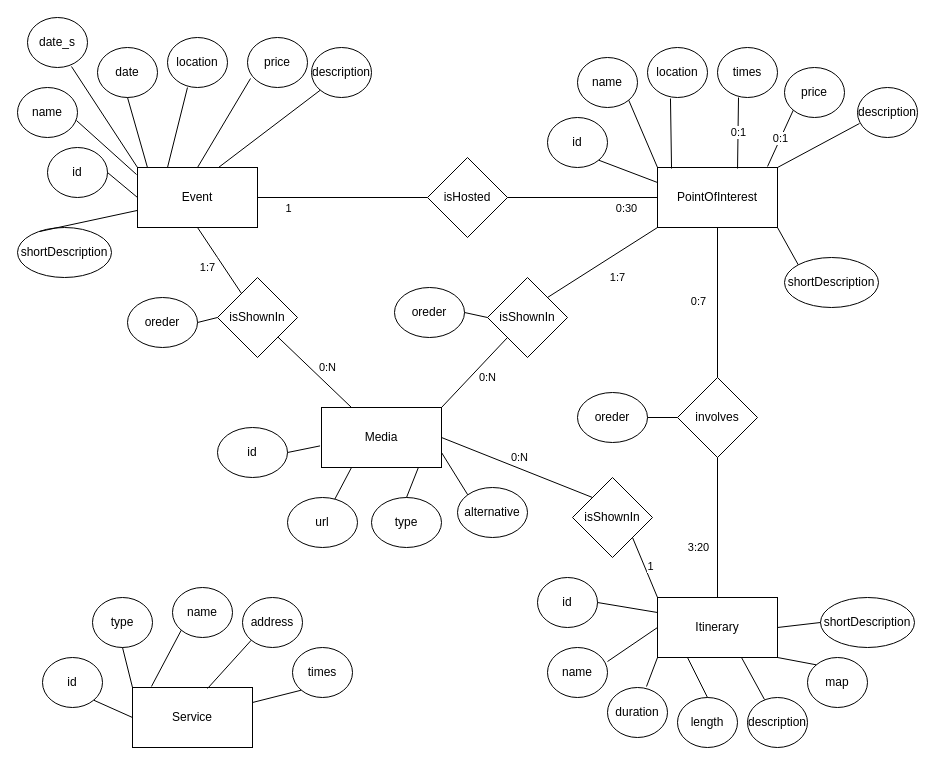
Before: Design-part/drawio/ERHYPDesign.drawio in SebastianCastellano/Hypermedia-Project, a draw.io diagram. Source tidied: cells renumbered, new cells numbered last; positions are measured from the earlier drawing's top-left corner, leaving out a move shared by most shapes. Both pictures are drawn from the tidied source at 100%, with x=0, y=0 at pixel (17, 17).
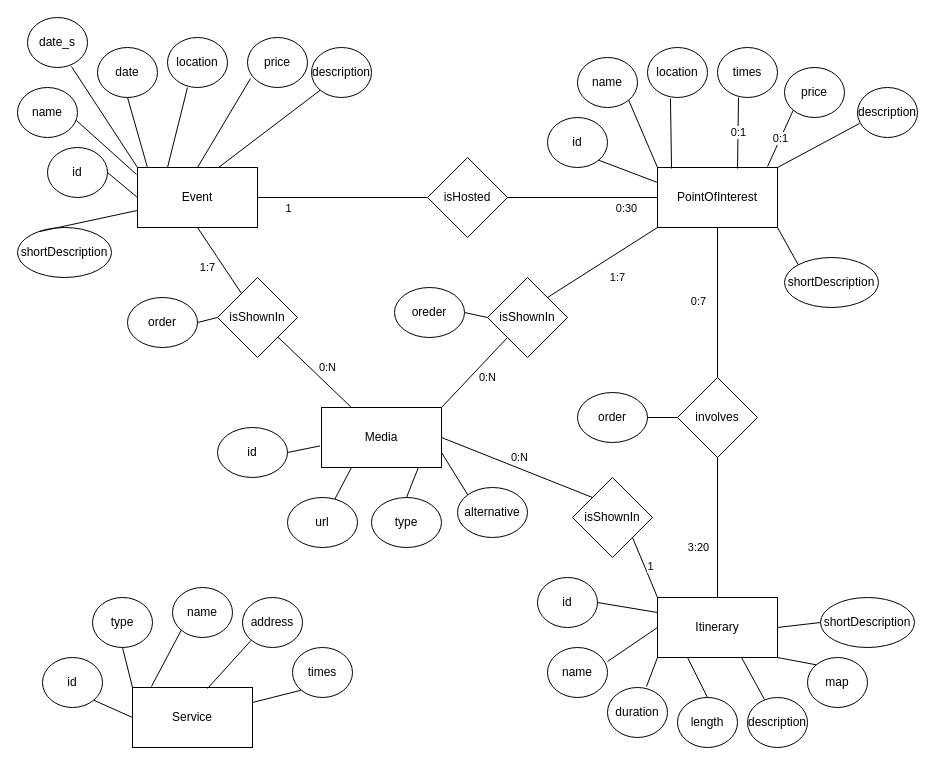
After the change.

Change to the diagram source:
```diff
@@
-    <mxCell id="85" value="oreder" style="ellipse;whiteSpace=wrap;html=1;" parent="1" vertex="1">
+    <mxCell id="85" value="order" style="ellipse;whiteSpace=wrap;html=1;" parent="1" vertex="1">
       <mxGeometry x="560" y="375" width="70" height="50" as="geometry" />
     </mxCell>
@@
-    <mxCell id="88" value="oreder" style="ellipse;whiteSpace=wrap;html=1;" parent="1" vertex="1">
+    <mxCell id="88" value="order" style="ellipse;whiteSpace=wrap;html=1;" parent="1" vertex="1">
       <mxGeometry x="110" y="280" width="70" height="50" as="geometry" />
     </mxCell>
```
